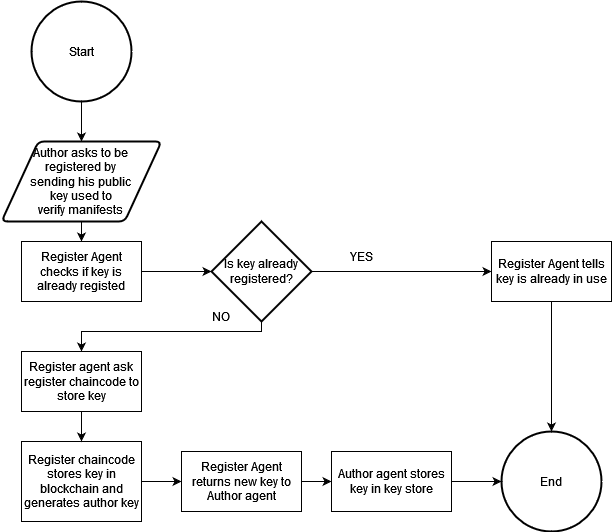
Before: FlowDiagrams/RegisterAuthor/RegisterFlowChart.drawio.png, a diagram exported from draw.io (sfl0r3nz05/DistributedBchFWArchIoT). Source tidied: cells renumbered, new cells last; positions are measured from the earlier drawing's top-left corner, leaving out a move shared by most shapes. Source of this version:
```xml
<mxGraphModel>
  <root>
    <mxCell id="0" />
    <mxCell id="1" parent="0" />
    <mxCell id="2" style="edgeStyle=orthogonalEdgeStyle;rounded=0;jettySize=auto;html=1;exitX=0.5;exitY=1;exitDx=0;exitDy=0;exitPerimeter=0;" parent="1" edge="1" source="3" target="5">
      <mxGeometry relative="1" as="geometry" />
    </mxCell>
    <mxCell id="3" value="Start" style="strokeWidth=2;html=1;shape=mxgraph.flowchart.start_2;whiteSpace=wrap;" parent="1" vertex="1">
      <mxGeometry x="30" width="100" height="100" as="geometry" />
    </mxCell>
    <mxCell id="4" style="edgeStyle=orthogonalEdgeStyle;rounded=0;jettySize=auto;html=1;exitX=0.5;exitY=1;exitDx=0;exitDy=0;" parent="1" edge="1" source="5" target="17">
      <mxGeometry relative="1" as="geometry" />
    </mxCell>
    <mxCell id="5" value="&lt;div&gt;Author asks to be &lt;br&gt;&lt;/div&gt;&lt;div&gt;registered by &lt;br&gt;&lt;/div&gt;&lt;div&gt;sending his public &lt;br&gt;&lt;/div&gt;&lt;div&gt;key used to &lt;br&gt;&lt;/div&gt;&lt;div&gt;verify manifests&lt;/div&gt;" style="shape=parallelogram;html=1;strokeWidth=2;perimeter=parallelogramPerimeter;whiteSpace=wrap;rounded=1;arcSize=12;size=0.23;" parent="1" vertex="1">
      <mxGeometry y="140" width="160" height="80" as="geometry" />
    </mxCell>
    <mxCell id="6" style="edgeStyle=orthogonalEdgeStyle;rounded=0;jettySize=auto;html=1;exitX=1;exitY=0.5;exitDx=0;exitDy=0;entryX=0;entryY=0.5;entryDx=0;entryDy=0;" parent="1" edge="1" source="7" target="21">
      <mxGeometry relative="1" as="geometry" />
    </mxCell>
    <mxCell id="7" value="Register chaincode stores key in blockchain and generates author key" style="rounded=0;whiteSpace=wrap;html=1;" parent="1" vertex="1">
      <mxGeometry x="20" y="440" width="120" height="80" as="geometry" />
    </mxCell>
    <mxCell id="8" value="End" style="strokeWidth=2;html=1;shape=mxgraph.flowchart.start_2;whiteSpace=wrap;" parent="1" vertex="1">
      <mxGeometry x="500" y="430" width="100" height="100" as="geometry" />
    </mxCell>
    <mxCell id="9" style="edgeStyle=orthogonalEdgeStyle;rounded=0;jettySize=auto;html=1;exitX=1;exitY=0.5;exitDx=0;exitDy=0;exitPerimeter=0;entryX=0;entryY=0.5;entryDx=0;entryDy=0;" parent="1" edge="1" source="11" target="14">
      <mxGeometry relative="1" as="geometry" />
    </mxCell>
    <mxCell id="10" style="edgeStyle=orthogonalEdgeStyle;rounded=0;jettySize=auto;html=1;exitX=0.5;exitY=1;exitDx=0;exitDy=0;exitPerimeter=0;" parent="1" edge="1" source="11" target="19">
      <mxGeometry relative="1" as="geometry">
        <Array as="points">
          <mxPoint x="260" y="330" />
          <mxPoint x="80" y="330" />
        </Array>
      </mxGeometry>
    </mxCell>
    <mxCell id="11" value="Is key already registered?" style="strokeWidth=2;html=1;shape=mxgraph.flowchart.decision;whiteSpace=wrap;" parent="1" vertex="1">
      <mxGeometry x="210" y="220" width="100" height="100" as="geometry" />
    </mxCell>
    <mxCell id="12" value="NO" style="text;html=1;strokeColor=none;fillColor=none;align=center;verticalAlign=middle;whiteSpace=wrap;rounded=0;" parent="1" vertex="1">
      <mxGeometry x="190" y="300" width="60" height="30" as="geometry" />
    </mxCell>
    <mxCell id="13" style="edgeStyle=orthogonalEdgeStyle;rounded=0;jettySize=auto;html=1;exitX=0.5;exitY=1;exitDx=0;exitDy=0;entryX=0.5;entryY=0;entryDx=0;entryDy=0;entryPerimeter=0;" parent="1" edge="1" source="14" target="8">
      <mxGeometry relative="1" as="geometry" />
    </mxCell>
    <mxCell id="14" value="Register Agent tells key is already in use" style="rounded=0;whiteSpace=wrap;html=1;" parent="1" vertex="1">
      <mxGeometry x="490" y="240" width="120" height="60" as="geometry" />
    </mxCell>
    <mxCell id="15" value="YES" style="text;html=1;strokeColor=none;fillColor=none;align=center;verticalAlign=middle;whiteSpace=wrap;rounded=0;" parent="1" vertex="1">
      <mxGeometry x="330" y="240" width="60" height="30" as="geometry" />
    </mxCell>
    <mxCell id="16" style="edgeStyle=orthogonalEdgeStyle;rounded=0;jettySize=auto;html=1;exitX=1;exitY=0.5;exitDx=0;exitDy=0;entryX=0;entryY=0.5;entryDx=0;entryDy=0;entryPerimeter=0;" parent="1" edge="1" source="17" target="11">
      <mxGeometry relative="1" as="geometry" />
    </mxCell>
    <mxCell id="17" value="Register Agent checks if key is already registed" style="rounded=0;whiteSpace=wrap;html=1;" parent="1" vertex="1">
      <mxGeometry x="20" y="240" width="120" height="60" as="geometry" />
    </mxCell>
    <mxCell id="18" style="edgeStyle=orthogonalEdgeStyle;rounded=0;jettySize=auto;html=1;exitX=0.5;exitY=1;exitDx=0;exitDy=0;entryX=0.5;entryY=0;entryDx=0;entryDy=0;" parent="1" edge="1" source="19" target="7">
      <mxGeometry relative="1" as="geometry" />
    </mxCell>
    <mxCell id="19" value="Register agent ask register chaincode to store key" style="rounded=0;whiteSpace=wrap;html=1;" parent="1" vertex="1">
      <mxGeometry x="20" y="350" width="120" height="60" as="geometry" />
    </mxCell>
    <mxCell id="20" style="edgeStyle=orthogonalEdgeStyle;rounded=0;jettySize=auto;html=1;exitX=1;exitY=0.5;exitDx=0;exitDy=0;entryX=0;entryY=0.5;entryDx=0;entryDy=0;" parent="1" edge="1" source="21" target="23">
      <mxGeometry relative="1" as="geometry" />
    </mxCell>
    <mxCell id="21" value="Register Agent returns new key to Author agent" style="rounded=0;whiteSpace=wrap;html=1;" parent="1" vertex="1">
      <mxGeometry x="180" y="450" width="120" height="60" as="geometry" />
    </mxCell>
    <mxCell id="22" style="edgeStyle=orthogonalEdgeStyle;rounded=0;jettySize=auto;html=1;exitX=1;exitY=0.5;exitDx=0;exitDy=0;entryX=0;entryY=0.5;entryDx=0;entryDy=0;entryPerimeter=0;" parent="1" edge="1" source="23" target="8">
      <mxGeometry relative="1" as="geometry" />
    </mxCell>
    <mxCell id="23" value="Author agent stores key in key store" style="rounded=0;whiteSpace=wrap;html=1;" parent="1" vertex="1">
      <mxGeometry x="330" y="450" width="120" height="60" as="geometry" />
    </mxCell>
  </root>
</mxGraphModel>
```
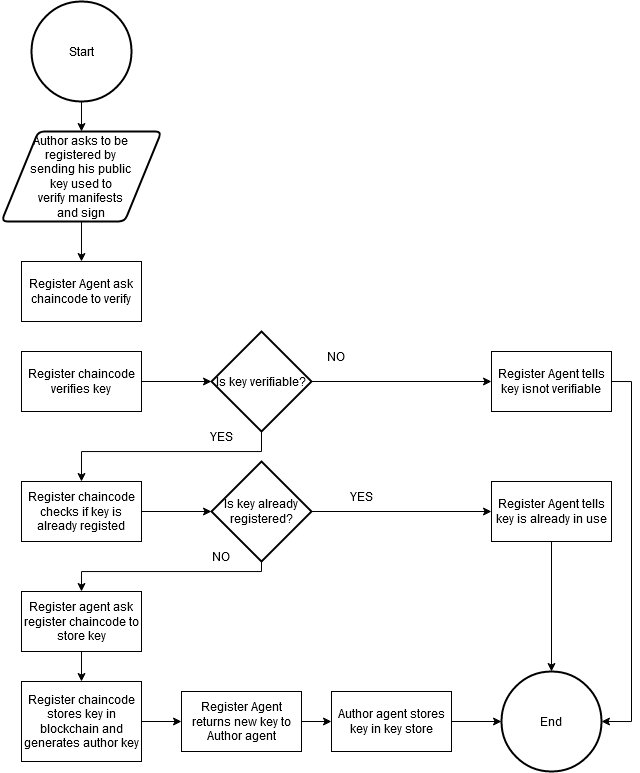
Later version of the same file.

Commit message:
Author register with sign

Change to the diagram source:
```diff
@@ -6,13 +6,13 @@
       <mxGeometry relative="1" as="geometry" />
     </mxCell>
     <mxCell id="3" value="Start" style="strokeWidth=2;html=1;shape=mxgraph.flowchart.start_2;whiteSpace=wrap;" parent="1" vertex="1">
-      <mxGeometry x="30" width="100" height="100" as="geometry" />
+      <mxGeometry x="30" y="-240" width="100" height="100" as="geometry" />
     </mxCell>
-    <mxCell id="4" style="edgeStyle=orthogonalEdgeStyle;rounded=0;jettySize=auto;html=1;exitX=0.5;exitY=1;exitDx=0;exitDy=0;" parent="1" edge="1" source="5" target="17">
-      <mxGeometry relative="1" as="geometry" />
-    </mxCell>
+    <mxCell id="24" style="edgeStyle=orthogonalEdgeStyle;rounded=0;jettySize=auto;html=1;exitX=0.5;exitY=1;exitDx=0;exitDy=0;entryX=0.5;entryY=0;entryDx=0;entryDy=0;" parent="1" edge="1" source="5" target="25">
+      <mxGeometry relative="1" as="geometry" />
+    </mxCell>
-    <mxCell id="5" value="&lt;div&gt;Author asks to be &lt;br&gt;&lt;/div&gt;&lt;div&gt;registered by &lt;br&gt;&lt;/div&gt;&lt;div&gt;sending his public &lt;br&gt;&lt;/div&gt;&lt;div&gt;key used to &lt;br&gt;&lt;/div&gt;&lt;div&gt;verify manifests&lt;/div&gt;" style="shape=parallelogram;html=1;strokeWidth=2;perimeter=parallelogramPerimeter;whiteSpace=wrap;rounded=1;arcSize=12;size=0.23;" parent="1" vertex="1">
-      <mxGeometry y="140" width="160" height="80" as="geometry" />
+    <mxCell id="5" value="&lt;div&gt;Author asks to be &lt;br&gt;&lt;/div&gt;&lt;div&gt;registered by &lt;br&gt;&lt;/div&gt;&lt;div&gt;sending his public &lt;br&gt;&lt;/div&gt;&lt;div&gt;key used to &lt;br&gt;&lt;/div&gt;&lt;div&gt;verify manifests &lt;br&gt;&lt;/div&gt;&lt;div&gt;and sign&lt;br&gt;&lt;/div&gt;" style="shape=parallelogram;html=1;strokeWidth=2;perimeter=parallelogramPerimeter;whiteSpace=wrap;rounded=1;arcSize=12;size=0.23;" parent="1" vertex="1">
+      <mxGeometry y="-110" width="160" height="90" as="geometry" />
     </mxCell>
     <mxCell id="6" style="edgeStyle=orthogonalEdgeStyle;rounded=0;jettySize=auto;html=1;exitX=1;exitY=0.5;exitDx=0;exitDy=0;entryX=0;entryY=0.5;entryDx=0;entryDy=0;" parent="1" edge="1" source="7" target="21">
       <mxGeometry relative="1" as="geometry" />
@@ -52,7 +52,7 @@
     <mxCell id="16" style="edgeStyle=orthogonalEdgeStyle;rounded=0;jettySize=auto;html=1;exitX=1;exitY=0.5;exitDx=0;exitDy=0;entryX=0;entryY=0.5;entryDx=0;entryDy=0;entryPerimeter=0;" parent="1" edge="1" source="17" target="11">
       <mxGeometry relative="1" as="geometry" />
     </mxCell>
-    <mxCell id="17" value="Register Agent checks if key is already registed" style="rounded=0;whiteSpace=wrap;html=1;" parent="1" vertex="1">
+    <mxCell id="17" value="Register chaincode checks if key is already registed" style="rounded=0;whiteSpace=wrap;html=1;" parent="1" vertex="1">
       <mxGeometry x="20" y="240" width="120" height="60" as="geometry" />
     </mxCell>
     <mxCell id="18" style="edgeStyle=orthogonalEdgeStyle;rounded=0;jettySize=auto;html=1;exitX=0.5;exitY=1;exitDx=0;exitDy=0;entryX=0.5;entryY=0;entryDx=0;entryDy=0;" parent="1" edge="1" source="19" target="7">
@@ -73,5 +73,40 @@
     <mxCell id="23" value="Author agent stores key in key store" style="rounded=0;whiteSpace=wrap;html=1;" parent="1" vertex="1">
       <mxGeometry x="330" y="450" width="120" height="60" as="geometry" />
     </mxCell>
+    <mxCell id="25" value="Register Agent ask chaincode to verify" style="rounded=0;whiteSpace=wrap;html=1;" parent="1" vertex="1">
+      <mxGeometry x="20" y="20" width="120" height="60" as="geometry" />
+    </mxCell>
+    <mxCell id="26" style="edgeStyle=orthogonalEdgeStyle;rounded=0;jettySize=auto;html=1;exitX=1;exitY=0.5;exitDx=0;exitDy=0;exitPerimeter=0;entryX=0;entryY=0.5;entryDx=0;entryDy=0;" parent="1" edge="1" source="28" target="31">
+      <mxGeometry relative="1" as="geometry" />
+    </mxCell>
+    <mxCell id="27" style="edgeStyle=orthogonalEdgeStyle;rounded=0;jettySize=auto;html=1;exitX=0.5;exitY=1;exitDx=0;exitDy=0;exitPerimeter=0;entryX=0.5;entryY=0;entryDx=0;entryDy=0;" parent="1" edge="1" source="28" target="17">
+      <mxGeometry relative="1" as="geometry">
+        <Array as="points">
+          <mxPoint x="260" y="210" />
+          <mxPoint x="80" y="210" />
+        </Array>
+      </mxGeometry>
+    </mxCell>
+    <mxCell id="28" value="Is key verifiable?" style="strokeWidth=2;html=1;shape=mxgraph.flowchart.decision;whiteSpace=wrap;" parent="1" vertex="1">
+      <mxGeometry x="210" y="90" width="100" height="100" as="geometry" />
+    </mxCell>
+    <mxCell id="29" value="NO" style="text;html=1;strokeColor=none;fillColor=none;align=center;verticalAlign=middle;whiteSpace=wrap;rounded=0;" parent="1" vertex="1">
+      <mxGeometry x="305" y="100" width="60" height="30" as="geometry" />
+    </mxCell>
+    <mxCell id="30" style="edgeStyle=orthogonalEdgeStyle;rounded=0;jettySize=auto;html=1;exitX=1;exitY=0.5;exitDx=0;exitDy=0;entryX=1;entryY=0.5;entryDx=0;entryDy=0;entryPerimeter=0;" parent="1" edge="1" source="31" target="8">
+      <mxGeometry relative="1" as="geometry" />
+    </mxCell>
+    <mxCell id="31" value="Register Agent tells key isnot verifiable" style="rounded=0;whiteSpace=wrap;html=1;" parent="1" vertex="1">
+      <mxGeometry x="490" y="110" width="120" height="60" as="geometry" />
+    </mxCell>
+    <mxCell id="32" value="YES" style="text;html=1;strokeColor=none;fillColor=none;align=center;verticalAlign=middle;whiteSpace=wrap;rounded=0;" parent="1" vertex="1">
+      <mxGeometry x="190" y="180" width="60" height="30" as="geometry" />
+    </mxCell>
+    <mxCell id="33" style="edgeStyle=orthogonalEdgeStyle;rounded=0;jettySize=auto;html=1;exitX=1;exitY=0.5;exitDx=0;exitDy=0;entryX=0;entryY=0.5;entryDx=0;entryDy=0;entryPerimeter=0;" parent="1" edge="1" source="34" target="28">
+      <mxGeometry relative="1" as="geometry" />
+    </mxCell>
+    <mxCell id="34" value="Register chaincode verifies key" style="rounded=0;whiteSpace=wrap;html=1;" parent="1" vertex="1">
+      <mxGeometry x="20" y="110" width="120" height="60" as="geometry" />
+    </mxCell>
   </root>
 </mxGraphModel>
```
